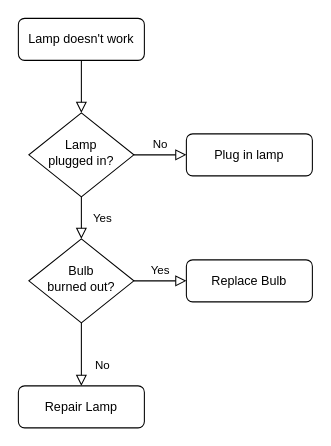
matsuo-keita/talk-to-chatGPT-by-voice keeps this draw.io diagram as Untitled Diagram.drawio. Above is the earlier version. Source tidied: cells renumbered, new cells numbered last; positions are measured from the earlier drawing's top-left corner, leaving out a move shared by most shapes. Both pictures are drawn from the tidied source at 105%, with x=0, y=0 at pixel (18, 18).
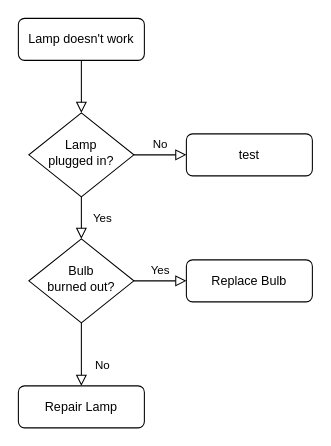
The same page after the edit.

What changed in the source:
```diff
@@
 <mxGraphModel>
   <root>
     <mxCell id="0" />
     <mxCell id="1" parent="0" />
     <mxCell id="2" style="rounded=0;html=1;jettySize=auto;fontSize=11;endArrow=block;endFill=0;endSize=8;strokeWidth=1;shadow=0;labelBackgroundColor=none;edgeStyle=orthogonalEdgeStyle;" parent="1" edge="1" source="3" target="6">
       <mxGeometry relative="1" as="geometry" />
     </mxCell>
     <mxCell id="3" value="Lamp doesn't work" style="rounded=1;whiteSpace=wrap;html=1;fontSize=12;glass=0;strokeWidth=1;shadow=0;" parent="1" vertex="1">
       <mxGeometry width="120" height="40" as="geometry" />
     </mxCell>
     <mxCell id="4" value="Yes" style="rounded=0;html=1;jettySize=auto;fontSize=11;endArrow=block;endFill=0;endSize=8;strokeWidth=1;shadow=0;labelBackgroundColor=none;edgeStyle=orthogonalEdgeStyle;" parent="1" edge="1" source="6" target="10">
       <mxGeometry y="20" relative="1" as="geometry" />
     </mxCell>
     <mxCell id="5" value="No" style="edgeStyle=orthogonalEdgeStyle;rounded=0;html=1;jettySize=auto;fontSize=11;endArrow=block;endFill=0;endSize=8;strokeWidth=1;shadow=0;labelBackgroundColor=none;" parent="1" edge="1" source="6" target="7">
       <mxGeometry y="10" relative="1" as="geometry" />
     </mxCell>
     <mxCell id="6" value="Lamp&lt;br&gt;plugged in?" style="rhombus;whiteSpace=wrap;html=1;shadow=0;fontFamily=Helvetica;fontSize=12;align=center;strokeWidth=1;spacing=6;spacingTop=-4;" parent="1" vertex="1">
       <mxGeometry x="10" y="90" width="100" height="80" as="geometry" />
     </mxCell>
-    <mxCell id="7" value="Plug in lamp" style="rounded=1;whiteSpace=wrap;html=1;fontSize=12;glass=0;strokeWidth=1;shadow=0;" parent="1" vertex="1">
+    <mxCell id="7" value="test" style="rounded=1;whiteSpace=wrap;html=1;fontSize=12;glass=0;strokeWidth=1;shadow=0;" parent="1" vertex="1">
       <mxGeometry x="160" y="110" width="120" height="40" as="geometry" />
     </mxCell>
     <mxCell id="8" value="No" style="rounded=0;html=1;jettySize=auto;fontSize=11;endArrow=block;endFill=0;endSize=8;strokeWidth=1;shadow=0;labelBackgroundColor=none;edgeStyle=orthogonalEdgeStyle;" parent="1" edge="1" source="10" target="11">
       <mxGeometry x="0.33" y="20" relative="1" as="geometry" />
     </mxCell>
     <mxCell id="9" value="Yes" style="edgeStyle=orthogonalEdgeStyle;rounded=0;html=1;jettySize=auto;fontSize=11;endArrow=block;endFill=0;endSize=8;strokeWidth=1;shadow=0;labelBackgroundColor=none;" parent="1" edge="1" source="10" target="12">
       <mxGeometry y="10" relative="1" as="geometry" />
     </mxCell>
     <mxCell id="10" value="Bulb&lt;br&gt;burned out?" style="rhombus;whiteSpace=wrap;html=1;shadow=0;fontFamily=Helvetica;fontSize=12;align=center;strokeWidth=1;spacing=6;spacingTop=-4;" parent="1" vertex="1">
       <mxGeometry x="10" y="210" width="100" height="80" as="geometry" />
     </mxCell>
     <mxCell id="11" value="Repair Lamp" style="rounded=1;whiteSpace=wrap;html=1;fontSize=12;glass=0;strokeWidth=1;shadow=0;" parent="1" vertex="1">
       <mxGeometry y="350" width="120" height="40" as="geometry" />
     </mxCell>
     <mxCell id="12" value="Replace Bulb" style="rounded=1;whiteSpace=wrap;html=1;fontSize=12;glass=0;strokeWidth=1;shadow=0;" parent="1" vertex="1">
       <mxGeometry x="160" y="230" width="120" height="40" as="geometry" />
     </mxCell>
   </root>
 </mxGraphModel>
```
